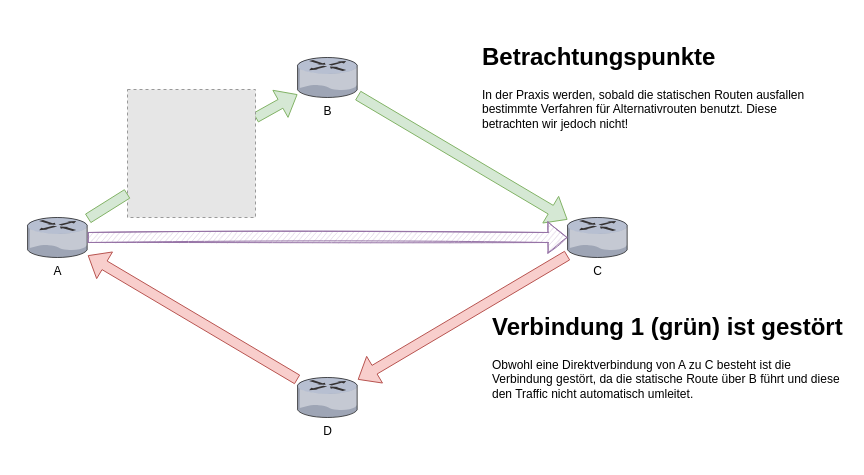
The draw.io diagram ressources/draw.io Files/StatischesRoutingError1.drawio in Bonk-Army/Netzwerktechnik, before the edit. Source tidied: cells renumbered, new cells numbered last; positions are measured from the earlier drawing's top-left corner, leaving out a move shared by most shapes. Both pictures are drawn from the tidied source at 100%, with x=0, y=0 at pixel (27, 37). Pictures stored in the file or linked from it are replaced by grey dashed boxes.
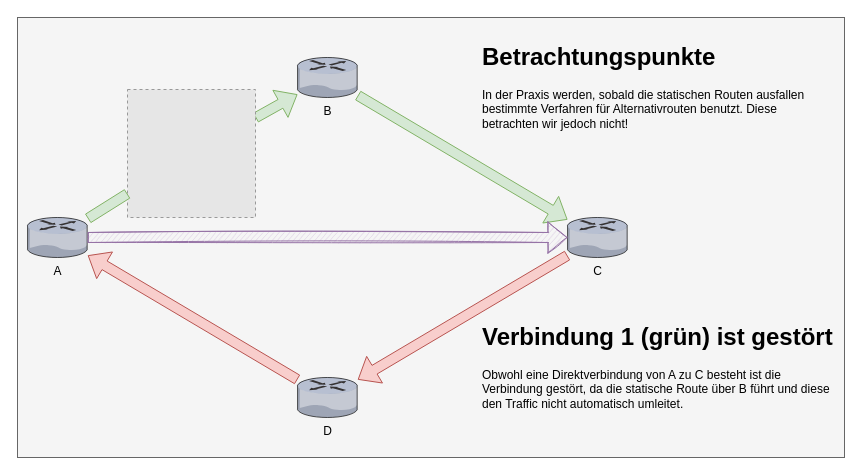
The same diagram, later.

Commit message (it also covers changes not shown here):
:sparkles: Added Pictures for Static Routing Thanks to @henningxtro

Change to the diagram source:
```diff
@@
 <mxGraphModel>
   <root>
     <mxCell id="0" />
     <mxCell id="1" parent="0" />
+    <mxCell id="15" style="whiteSpace=wrap;html=1;fillColor=#f5f5f5;strokeColor=#666666;fontColor=#333333;" parent="1" vertex="1">
+      <mxGeometry x="-10" y="-20" width="827" height="440" as="geometry" />
+    </mxCell>
     <mxCell id="2" value="A" style="verticalLabelPosition=bottom;html=1;verticalAlign=top;strokeColor=none;align=center;outlineConnect=0;shape=mxgraph.citrix.router;" parent="1" vertex="1">
       <mxGeometry y="180" width="60.3" height="40" as="geometry" />
     </mxCell>
     <mxCell id="3" value="B" style="verticalLabelPosition=bottom;html=1;verticalAlign=top;strokeColor=none;align=center;outlineConnect=0;shape=mxgraph.citrix.router;" parent="1" vertex="1">
       <mxGeometry x="270" y="20" width="60.3" height="40" as="geometry" />
     </mxCell>
     <mxCell id="4" value="C" style="verticalLabelPosition=bottom;html=1;verticalAlign=top;strokeColor=none;align=center;outlineConnect=0;shape=mxgraph.citrix.router;" parent="1" vertex="1">
       <mxGeometry x="540" y="180" width="60.3" height="40" as="geometry" />
     </mxCell>
     <mxCell id="5" value="D" style="verticalLabelPosition=bottom;html=1;verticalAlign=top;strokeColor=none;align=center;outlineConnect=0;shape=mxgraph.citrix.router;" parent="1" vertex="1">
       <mxGeometry x="270" y="340" width="60.3" height="40" as="geometry" />
     </mxCell>
     <mxCell id="6" style="shape=flexArrow;endArrow=classic;html=1;fillColor=#d5e8d4;strokeColor=#82b366;startArrow=none;" parent="1" edge="1" source="10" target="3">
       <mxGeometry relative="1" as="geometry" />
     </mxCell>
     <mxCell id="7" style="shape=flexArrow;endArrow=classic;html=1;fillColor=#d5e8d4;strokeColor=#82b366;" parent="1" edge="1" source="3" target="4">
       <mxGeometry relative="1" as="geometry" />
     </mxCell>
     <mxCell id="8" style="shape=flexArrow;endArrow=classic;html=1;fillColor=#f8cecc;strokeColor=#b85450;" parent="1" edge="1" source="4" target="5">
       <mxGeometry relative="1" as="geometry" />
     </mxCell>
     <mxCell id="9" style="shape=flexArrow;endArrow=classic;html=1;fillColor=#f8cecc;strokeColor=#b85450;" parent="1" edge="1" source="5" target="2">
       <mxGeometry relative="1" as="geometry" />
     </mxCell>
     <mxCell id="10" style="fillColor=#E6E6E6;strokeColor=#999999;dashed=1;html=1;verticalAlign=top;verticalLabelPosition=bottom;labelBackgroundColor=#ffffff;" parent="1" vertex="1">
       <mxGeometry x="100" y="52" width="128" height="128" as="geometry" />
     </mxCell>
     <mxCell id="11" style="shape=flexArrow;endArrow=none;html=1;fillColor=#d5e8d4;strokeColor=#82b366;" parent="1" edge="1" source="2" target="10">
       <mxGeometry relative="1" as="geometry" />
     </mxCell>
     <mxCell id="12" style="shape=flexArrow;endArrow=classic;html=1;fillColor=#e1d5e7;strokeColor=#9673a6;sketch=1;" parent="1" edge="1" source="2" target="4">
       <mxGeometry relative="1" as="geometry" />
     </mxCell>
     <mxCell id="13" value="&lt;h1&gt;Verbindung 1 (grün) ist gestört&lt;br&gt;&lt;/h1&gt;&lt;p&gt;Obwohl eine Direktverbindung von A zu C besteht ist die &lt;br&gt;Verbindung gestört, da die statische Route über B führt und diese den Traffic nicht automatisch umleitet.&lt;br&gt;&lt;/p&gt;" style="text;html=1;strokeColor=none;fillColor=none;spacing=5;spacingTop=-20;whiteSpace=wrap;overflow=hidden;rounded=0;" parent="1" vertex="1">
-      <mxGeometry x="460" y="270" width="360" height="130" as="geometry" />
+      <mxGeometry x="450" y="280" width="360" height="130" as="geometry" />
     </mxCell>
     <mxCell id="14" value="&lt;h1&gt;Betrachtungspunkte&lt;br&gt;&lt;/h1&gt;&lt;p&gt;In der Praxis werden, sobald die statischen Routen ausfallen bestimmte Verfahren für Alternativrouten benutzt. Diese betrachten wir jedoch nicht!&lt;br&gt;&lt;/p&gt;" style="text;html=1;strokeColor=none;fillColor=none;spacing=5;spacingTop=-20;whiteSpace=wrap;overflow=hidden;rounded=0;" parent="1" vertex="1">
       <mxGeometry x="450" width="360" height="130" as="geometry" />
     </mxCell>
   </root>
 </mxGraphModel>
```
